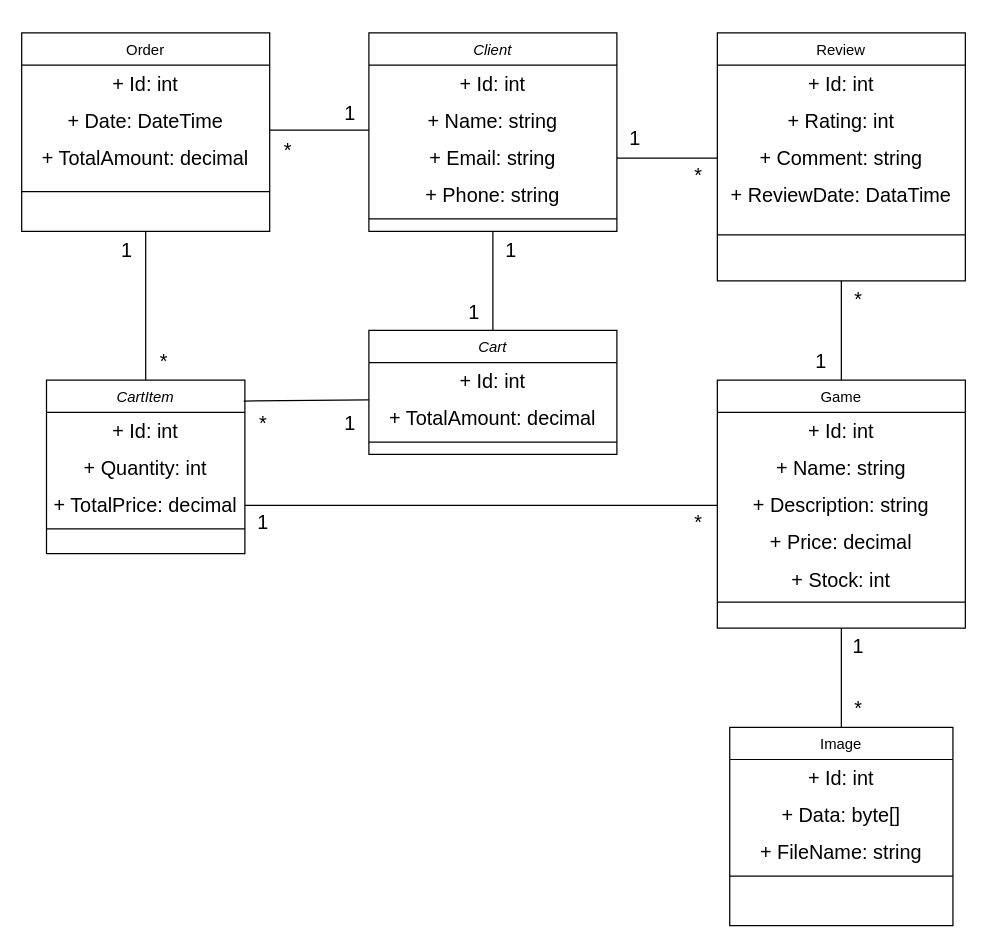
Radu309/GameShopProject keeps this draw.io diagram as Resurse/Class_Diagram.drawio. Above is the earlier version. Source tidied: cells renumbered, new cells numbered last; positions are measured from the earlier drawing's top-left corner, leaving out a move shared by most shapes. Both pictures are drawn from the tidied source at 124%, with x=0, y=0 at pixel (21, 32).
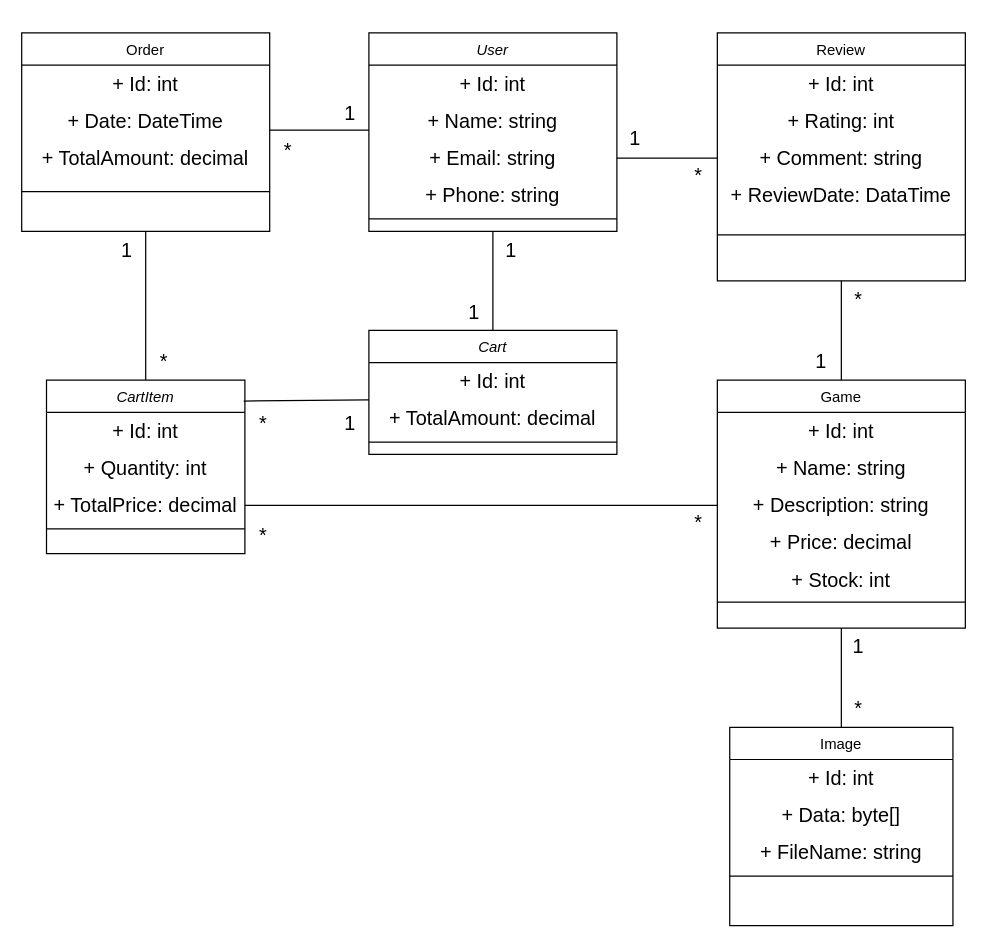
After the change.

What changed in the source:
```diff
@@
-    <mxCell id="2" value="Client" style="swimlane;fontStyle=2;align=center;verticalAlign=top;horizontal=1;startSize=26;rounded=0;shadow=0;strokeWidth=1;" parent="1" vertex="1">
+    <mxCell id="2" value="User" style="swimlane;fontStyle=2;align=center;verticalAlign=top;horizontal=1;startSize=26;rounded=0;shadow=0;strokeWidth=1;" parent="1" vertex="1">
       <mxGeometry x="280" width="200" height="160" as="geometry" />
     </mxCell>
@@
-    <mxCell id="62" value="1" style="text;html=1;align=center;verticalAlign=middle;whiteSpace=wrap;rounded=0;fontSize=16;" parent="1" vertex="1">
-      <mxGeometry x="180" y="380" width="30" height="30" as="geometry" />
-    </mxCell>
@@
+    <mxCell id="65" value="*" style="text;html=1;align=center;verticalAlign=middle;whiteSpace=wrap;rounded=0;fontSize=16;" parent="1" vertex="1">
+      <mxGeometry x="180" y="390" width="30" height="30" as="geometry" />
+    </mxCell>
```
